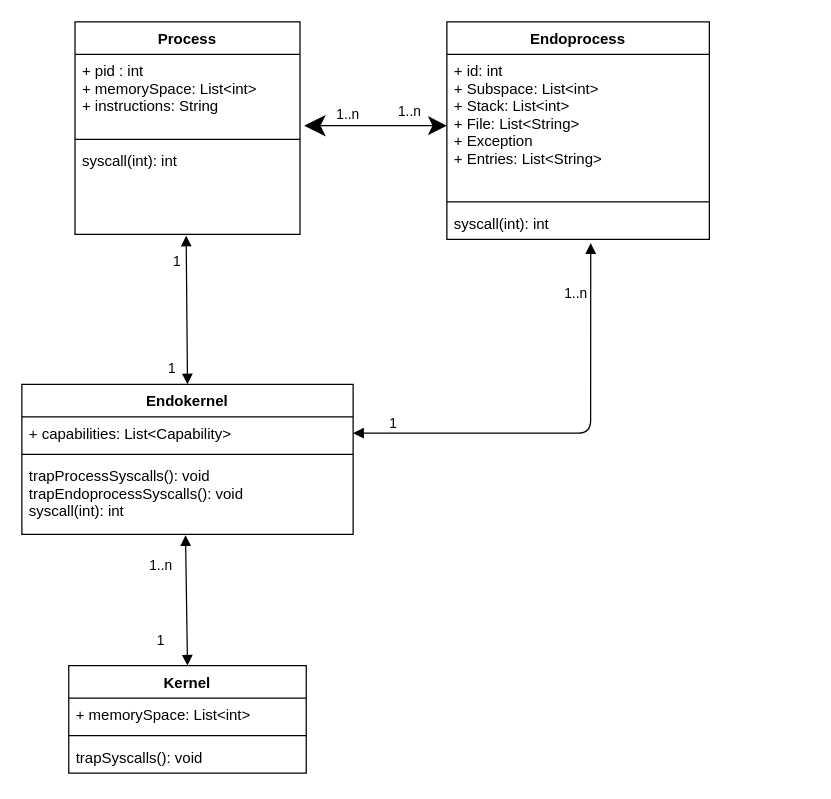
This is models/EndocertUML.drawio from ndauten/comp517-project, a draw.io file, before an edit. Source tidied: cells renumbered, new cells numbered last; positions are measured from the earlier drawing's top-left corner, leaving out a move shared by most shapes. Both pictures are drawn from the tidied source at 125%, with x=0, y=0 at pixel (21, 21).
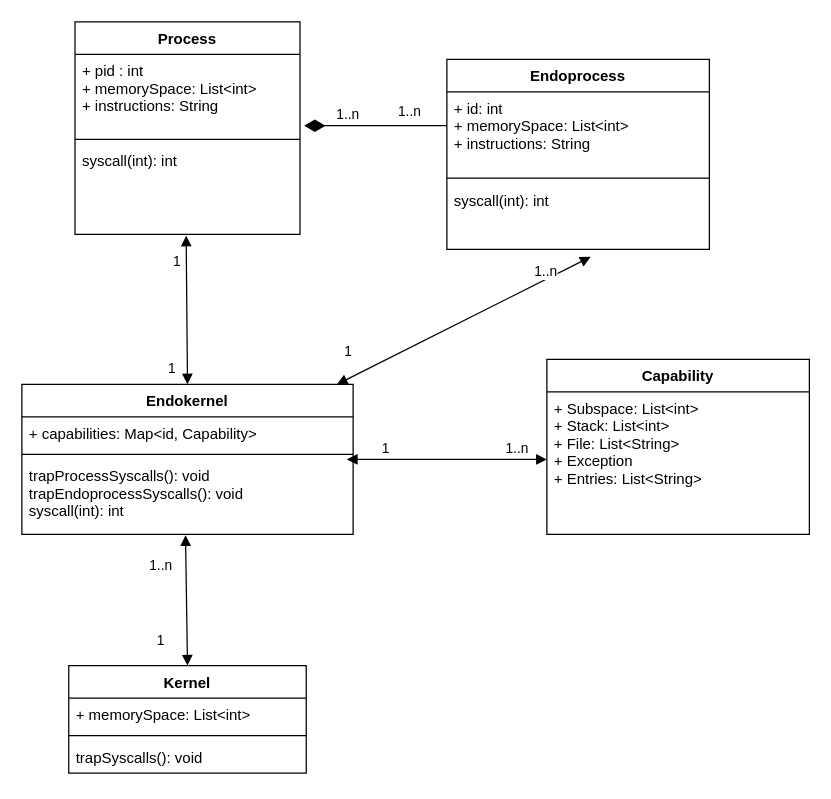
Above is the later version.

Commit message (it also covers changes not shown here):
New version of the UML diagram

The change refers to these unchanged cells:
```xml
<mxCell id="3" value="+ pid : int&#10;+ memorySpace: List&lt;int&gt;&#10;+ instructions: String&#10;&#10;" style="text;strokeColor=none;fillColor=none;align=left;verticalAlign=top;spacingLeft=4;spacingRight=4;overflow=hidden;points=[[0,0.5],[1,0.5]];portConstraint=eastwest;" parent="2" vertex="1">
  <mxGeometry y="26" width="180" height="64" as="geometry" />
</mxCell>
<mxCell id="19" value="Endokernel" style="swimlane;fontStyle=1;align=center;verticalAlign=top;horizontal=1;startSize=26;" parent="1" vertex="1">
  <mxGeometry y="290" width="265" height="120" as="geometry" />
</mxCell>
```

Diff of the diagram source:
```diff
@@
     <mxCell id="10" value="Endoprocess" style="swimlane;fontStyle=1;align=center;verticalAlign=top;horizontal=1;startSize=26;" parent="1" vertex="1">
-      <mxGeometry x="340" width="210" height="174" as="geometry" />
+      <mxGeometry x="340" y="30" width="210" height="152" as="geometry" />
     </mxCell>
-    <mxCell id="11" value="+ id: int&#10;+ Subspace: List&lt;int&gt;&#10;+ Stack: List&lt;int&gt;&#10;+ File: List&lt;String&gt;&#10;+ Exception &#10;+ Entries: List&lt;String&gt;&#10;&#10;" style="text;strokeColor=none;fillColor=none;align=left;verticalAlign=top;spacingLeft=4;spacingRight=4;overflow=hidden;" parent="10" vertex="1">
-      <mxGeometry y="26" width="210" height="114" as="geometry" />
+    <mxCell id="11" value="+ id: int&#10;+ memorySpace: List&lt;int&gt;&#10;+ instructions: String&#10;&#10;&#10;&#10;&#10;" style="text;strokeColor=none;fillColor=none;align=left;verticalAlign=top;spacingLeft=4;spacingRight=4;overflow=hidden;" parent="10" vertex="1">
+      <mxGeometry y="26" width="210" height="64" as="geometry" />
     </mxCell>
     <mxCell id="12" style="line;strokeWidth=1;fillColor=none;align=left;verticalAlign=middle;spacingTop=-1;spacingLeft=3;spacingRight=3;labelPosition=right;" parent="10" vertex="1">
-      <mxGeometry y="140" width="210" height="8" as="geometry" />
+      <mxGeometry y="90" width="210" height="10" as="geometry" />
     </mxCell>
     <mxCell id="13" value="syscall(int): int" style="text;strokeColor=none;fillColor=none;align=left;verticalAlign=top;spacingLeft=4;spacingRight=4;overflow=hidden;points=[[0,0.5],[1,0.5]];portConstraint=eastwest;" parent="10" vertex="1">
-      <mxGeometry y="148" width="210" height="26" as="geometry" />
+      <mxGeometry y="100" width="210" height="52" as="geometry" />
     </mxCell>
@@
-    <mxCell id="17" value="1..n" style="endArrow=classic;html=1;endSize=12;startArrow=classic;startSize=14;startFill=1;edgeStyle=orthogonalEdgeStyle;align=left;verticalAlign=bottom;endFill=1;exitX=1.019;exitY=0.891;exitDx=0;exitDy=0;exitPerimeter=0;" parent="1" edge="1" source="3">
+    <mxCell id="17" value="1..n" style="endArrow=none;html=1;endSize=12;startArrow=diamondThin;startSize=14;startFill=1;edgeStyle=orthogonalEdgeStyle;align=left;verticalAlign=bottom;endFill=0;exitX=1.019;exitY=0.891;exitDx=0;exitDy=0;exitPerimeter=0;" parent="1" edge="1" source="3">
       <mxGeometry x="-0.58" relative="1" as="geometry">
         <mxPoint x="340" y="83" as="targetPoint" />
       </mxGeometry>
     </mxCell>
@@
-    <mxCell id="20" value="+ capabilities: List&lt;Capability&gt;" style="text;strokeColor=none;fillColor=none;align=left;verticalAlign=top;spacingLeft=4;spacingRight=4;overflow=hidden;points=[[0,0.5],[1,0.5]];portConstraint=eastwest;" parent="19" vertex="1">
+    <mxCell id="20" value="+ capabilities: Map&lt;id, Capability&gt;" style="text;strokeColor=none;fillColor=none;align=left;verticalAlign=top;spacingLeft=4;spacingRight=4;overflow=hidden;points=[[0,0.5],[1,0.5]];portConstraint=eastwest;" parent="19" vertex="1">
       <mxGeometry y="26" width="265" height="26" as="geometry" />
     </mxCell>
@@
-    <mxCell id="26" style="endArrow=block;startArrow=block;endFill=1;startFill=1;html=1;entryX=0.548;entryY=1.115;entryDx=0;entryDy=0;exitX=1;exitY=0.5;exitDx=0;exitDy=0;entryPerimeter=0;" parent="1" edge="1" source="20" target="13">
-      <mxGeometry relative="1" as="geometry">
-        <Array as="points">
-          <mxPoint x="455" y="329" />
-        </Array>
-      </mxGeometry>
+    <mxCell id="26" style="endArrow=block;startArrow=block;endFill=1;startFill=1;html=1;entryX=0.548;entryY=1.115;entryDx=0;entryDy=0;entryPerimeter=0;" parent="1" edge="1" source="19" target="13">
+      <mxGeometry relative="1" as="geometry" />
     </mxCell>
@@
-    <mxCell id="28" value="1..n" style="edgeLabel;html=1;align=center;verticalAlign=middle;" parent="26" vertex="1">
+    <mxCell id="28" value="1..n" style="edgeLabel;html=1;align=center;verticalAlign=middle;rotation=0;" parent="26" vertex="1">
       <mxGeometry x="0.77" relative="1" as="geometry">
         <mxPoint x="-13" as="offset" />
       </mxGeometry>
     </mxCell>
+    <mxCell id="29" value="Capability" style="swimlane;fontStyle=1;align=center;verticalAlign=top;horizontal=1;startSize=26;" parent="1" vertex="1">
+      <mxGeometry x="420" y="270" width="210" height="140" as="geometry" />
+    </mxCell>
+    <mxCell id="30" value="+ Subspace: List&lt;int&gt;&#10;+ Stack: List&lt;int&gt;&#10;+ File: List&lt;String&gt;&#10;+ Exception &#10;+ Entries: List&lt;String&gt;&#10;&#10;" style="text;strokeColor=none;fillColor=none;align=left;verticalAlign=top;spacingLeft=4;spacingRight=4;overflow=hidden;" parent="29" vertex="1">
+      <mxGeometry y="26" width="210" height="114" as="geometry" />
+    </mxCell>
+    <mxCell id="31" style="endArrow=block;startArrow=block;endFill=1;startFill=1;html=1;rounded=0;" parent="1" edge="1">
+      <mxGeometry relative="1" as="geometry">
+        <mxPoint x="260" y="350" as="sourcePoint" />
+        <mxPoint x="420" y="350" as="targetPoint" />
+      </mxGeometry>
+    </mxCell>
+    <mxCell id="32" value="1..n" style="edgeLabel;html=1;align=center;verticalAlign=middle;" parent="31" vertex="1">
+      <mxGeometry x="0.69" y="-2" relative="1" as="geometry">
+        <mxPoint y="-12" as="offset" />
+      </mxGeometry>
+    </mxCell>
+    <mxCell id="33" value="1" style="edgeLabel;html=1;align=center;verticalAlign=middle;" parent="31" vertex="1">
+      <mxGeometry x="-0.79" y="1" relative="1" as="geometry">
+        <mxPoint x="13" y="-9" as="offset" />
+      </mxGeometry>
+    </mxCell>
```
